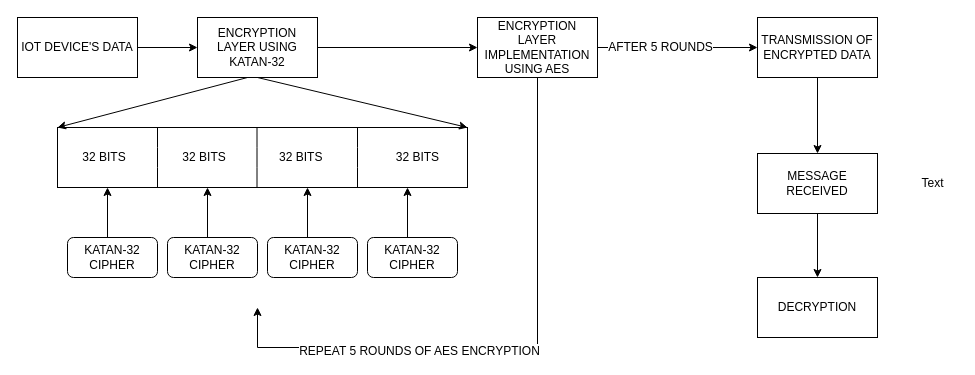
Before: Untitled Diagram.drawio in amitesh-srivastava/IWP_FINAL, a draw.io diagram. Source tidied: cells renumbered, new cells numbered last; positions are measured from the earlier drawing's top-left corner, leaving out a move shared by most shapes. Both pictures are drawn from the tidied source at 100%, with x=0, y=0 at pixel (17, 17).
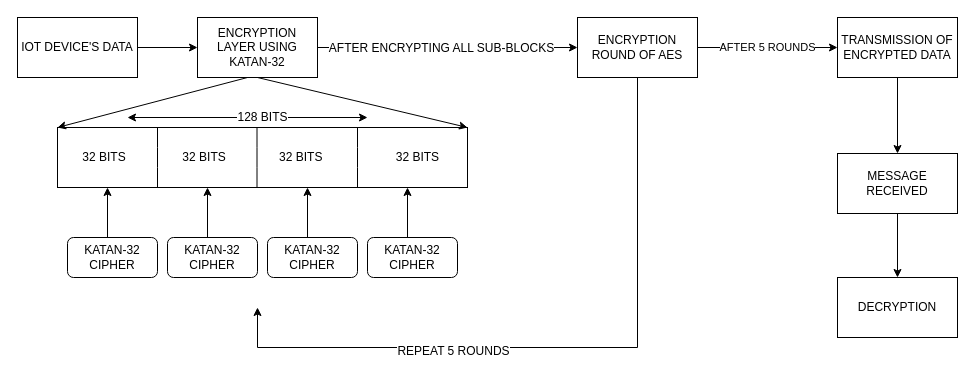
After the change.

The change refers to these unchanged cells:
```xml
<mxCell id="4" style="edgeStyle=orthogonalEdgeStyle;rounded=0;jettySize=auto;html=1;entryX=0;entryY=0.5;entryDx=0;entryDy=0;" parent="1" edge="1" source="5" target="24">
  <mxGeometry relative="1" as="geometry" />
</mxCell>
```

Change to the diagram source:
```diff
@@
+    <mxCell id="31" value="AFTER ENCRYPTING ALL SUB-BLOCKS" style="text;html=1;align=center;verticalAlign=middle;labelBackgroundColor=#ffffff;" parent="4" vertex="1">
+      <mxGeometry x="-0.21" relative="1" as="geometry">
+        <mxPoint x="20" as="offset" />
+      </mxGeometry>
+    </mxCell>
@@
     <mxCell id="20" style="edgeStyle=orthogonalEdgeStyle;rounded=0;jettySize=auto;html=1;" parent="1" edge="1" source="24">
       <mxGeometry relative="1" as="geometry">
         <mxPoint x="240" y="290" as="targetPoint" />
         <Array as="points">
-          <mxPoint x="520" y="330" />
+          <mxPoint x="620" y="330" />
           <mxPoint x="240" y="330" />
         </Array>
       </mxGeometry>
     </mxCell>
-    <mxCell id="21" value="REPEAT 5 ROUNDS OF AES ENCRYPTION" style="text;html=1;align=center;verticalAlign=middle;labelBackgroundColor=#ffffff;" parent="20" vertex="1">
+    <mxCell id="21" value="REPEAT 5 ROUNDS" style="text;html=1;align=center;verticalAlign=middle;labelBackgroundColor=#ffffff;" parent="20" vertex="1">
       <mxGeometry x="0.32" y="3" relative="1" as="geometry" />
     </mxCell>
-    <mxCell id="22" style="edgeStyle=orthogonalEdgeStyle;rounded=0;jettySize=auto;html=1;entryX=0;entryY=0.5;entryDx=0;entryDy=0;" parent="1" edge="1" source="24" target="26">
+    <mxCell id="22" value="AFTER 5 ROUNDS" style="edgeStyle=orthogonalEdgeStyle;rounded=0;jettySize=auto;html=1;entryX=0;entryY=0.5;entryDx=0;entryDy=0;" parent="1" edge="1" source="24" target="26">
       <mxGeometry relative="1" as="geometry" />
     </mxCell>
-    <mxCell id="23" value="&lt;div&gt;AFTER 5 ROUNDS&lt;/div&gt;" style="text;html=1;align=center;verticalAlign=middle;labelBackgroundColor=#ffffff;" parent="22" vertex="1">
-      <mxGeometry x="-0.23" y="1" relative="1" as="geometry" />
-    </mxCell>
-    <mxCell id="24" value="ENCRYPTION LAYER IMPLEMENTATION USING AES" style="rounded=0;whiteSpace=wrap;html=1;" parent="1" vertex="1">
-      <mxGeometry x="460" width="120" height="60" as="geometry" />
+    <mxCell id="24" value="ENCRYPTION ROUND OF AES" style="rounded=0;whiteSpace=wrap;html=1;" parent="1" vertex="1">
+      <mxGeometry x="560" width="120" height="60" as="geometry" />
     </mxCell>
@@
     <mxCell id="26" value="TRANSMISSION OF ENCRYPTED DATA" style="rounded=0;whiteSpace=wrap;html=1;align=center;" parent="1" vertex="1">
-      <mxGeometry x="740" width="120" height="60" as="geometry" />
+      <mxGeometry x="820" width="120" height="60" as="geometry" />
     </mxCell>
-    <mxCell id="27" value="Text" style="text;html=1;align=center;verticalAlign=middle;" parent="1" vertex="1">
-      <mxGeometry x="895" y="156" width="40" height="20" as="geometry" />
-    </mxCell>
@@
     <mxCell id="29" value="MESSAGE RECEIVED" style="rounded=0;whiteSpace=wrap;html=1;align=center;" parent="1" vertex="1">
-      <mxGeometry x="740" y="136" width="120" height="60" as="geometry" />
+      <mxGeometry x="820" y="136" width="120" height="60" as="geometry" />
     </mxCell>
     <mxCell id="30" value="&lt;span style=&quot;white-space: normal&quot;&gt;DECRYPTION&lt;/span&gt;" style="rounded=0;whiteSpace=wrap;html=1;align=center;" parent="1" vertex="1">
-      <mxGeometry x="740" y="260" width="120" height="60" as="geometry" />
+      <mxGeometry x="820" y="260" width="120" height="60" as="geometry" />
     </mxCell>
+    <mxCell id="32" style="endArrow=classic;startArrow=classic;html=1;" parent="1" edge="1">
+      <mxGeometry relative="1" as="geometry">
+        <mxPoint x="110" y="100" as="sourcePoint" />
+        <mxPoint x="350" y="100" as="targetPoint" />
+      </mxGeometry>
+    </mxCell>
+    <mxCell id="33" value="128 BITS" style="text;html=1;align=center;verticalAlign=middle;labelBackgroundColor=#ffffff;" parent="32" vertex="1">
+      <mxGeometry x="0.12" y="1" relative="1" as="geometry" />
+    </mxCell>
```
